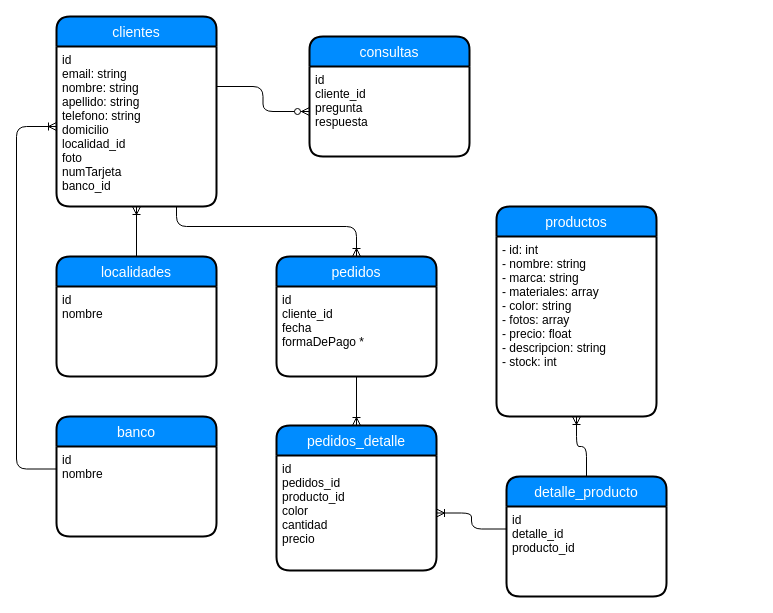
The draw.io diagram UML/DER.drawio in PaulinaMabres/DarkDeco, before the edit. Source tidied: cells renumbered, new cells numbered last; positions are measured from the earlier drawing's top-left corner, leaving out a move shared by most shapes. Both pictures are drawn from the tidied source at 100%, with x=0, y=0 at pixel (16, 16).
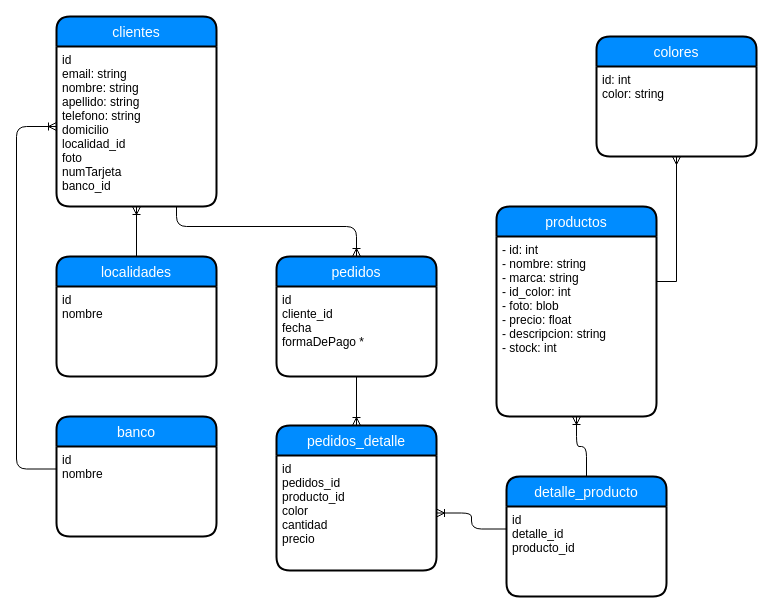
The same diagram, later.

Commit message (it also covers changes not shown here):
der y base de datos clase lunes 3 junio

Unchanged cells that the change refers to:
```xml
<mxCell id="3" value="id&#10;email: string&#10;nombre: string&#10;apellido: string&#10;telefono: string&#10;domicilio&#10;localidad_id&#10;foto&#10;numTarjeta&#10;banco_id&#10;&#10;" style="align=left;strokeColor=none;fillColor=none;spacingLeft=4;fontSize=12;verticalAlign=top;" parent="2" vertex="1">
  <mxGeometry y="30" width="160" height="160" as="geometry" />
</mxCell>
<mxCell id="4" value="productos" style="swimlane;horizontal=1;startSize=30;fillColor=#008cff;fontColor=#FFFFFF;rounded=1;fontSize=14;fontStyle=0;strokeWidth=2;shadow=0;dashed=0;align=center;" parent="1" vertex="1">
  <mxGeometry x="480" y="190" width="160" height="210" as="geometry" />
</mxCell>
```

Change to the diagram source:
```diff
@@
-    <mxCell id="5" value="- id: int&#10;- nombre: string&#10;- marca: string&#10;- materiales: array&#10;- color: string&#10;- fotos: array&#10;- precio: float&#10;- descripcion: string&#10;- stock: int&#10;&#10;" style="align=left;strokeColor=none;fillColor=none;spacingLeft=4;fontSize=12;verticalAlign=top;" parent="4" vertex="1">
+    <mxCell id="5" value="- id: int&#10;- nombre: string&#10;- marca: string&#10;- id_color: int&#10;- foto: blob&#10;- precio: float&#10;- descripcion: string&#10;- stock: int&#10;&#10;" style="align=left;strokeColor=none;fillColor=none;spacingLeft=4;fontSize=12;verticalAlign=top;" parent="4" vertex="1">
       <mxGeometry y="30" width="160" height="180" as="geometry" />
     </mxCell>
@@
-    <mxCell id="22" value="consultas" style="swimlane;horizontal=1;startSize=30;fillColor=#008cff;fontColor=#FFFFFF;rounded=1;fontSize=14;fontStyle=0;strokeWidth=2;shadow=0;dashed=0;align=center;" parent="1" vertex="1">
-      <mxGeometry x="293" y="20" width="160" height="120" as="geometry" />
-    </mxCell>
-    <mxCell id="23" value="id&#10;cliente_id&#10;pregunta&#10;respuesta&#10;" style="align=left;strokeColor=none;fillColor=none;spacingLeft=4;fontSize=12;verticalAlign=top;" parent="22" vertex="1">
-      <mxGeometry y="30" width="160" height="90" as="geometry" />
-    </mxCell>
-    <mxCell id="24" style="fontSize=12;html=1;endArrow=ERzeroToMany;endFill=1;exitX=1;exitY=0.25;exitDx=0;exitDy=0;entryX=0;entryY=0.5;entryDx=0;entryDy=0;edgeStyle=orthogonalEdgeStyle;" parent="1" edge="1" source="3" target="23">
-      <mxGeometry relative="1" as="geometry" />
-    </mxCell>
+    <mxCell id="25" value="colores" style="swimlane;horizontal=1;startSize=30;fillColor=#008cff;fontColor=#FFFFFF;rounded=1;fontSize=14;fontStyle=0;strokeWidth=2;shadow=0;dashed=0;align=center;" parent="1" vertex="1">
+      <mxGeometry x="580" y="20" width="160" height="120" as="geometry" />
+    </mxCell>
+    <mxCell id="26" value="id: int&#10;color: string&#10;" style="align=left;strokeColor=none;fillColor=none;spacingLeft=4;fontSize=12;verticalAlign=top;" parent="25" vertex="1">
+      <mxGeometry y="30" width="160" height="90" as="geometry" />
+    </mxCell>
+    <mxCell id="27" style="edgeStyle=orthogonalEdgeStyle;rounded=0;jettySize=auto;html=1;exitX=1;exitY=0.25;exitDx=0;exitDy=0;endArrow=ERmany;endFill=0;" parent="1" edge="1" source="5" target="26">
+      <mxGeometry relative="1" as="geometry" />
+    </mxCell>
```
